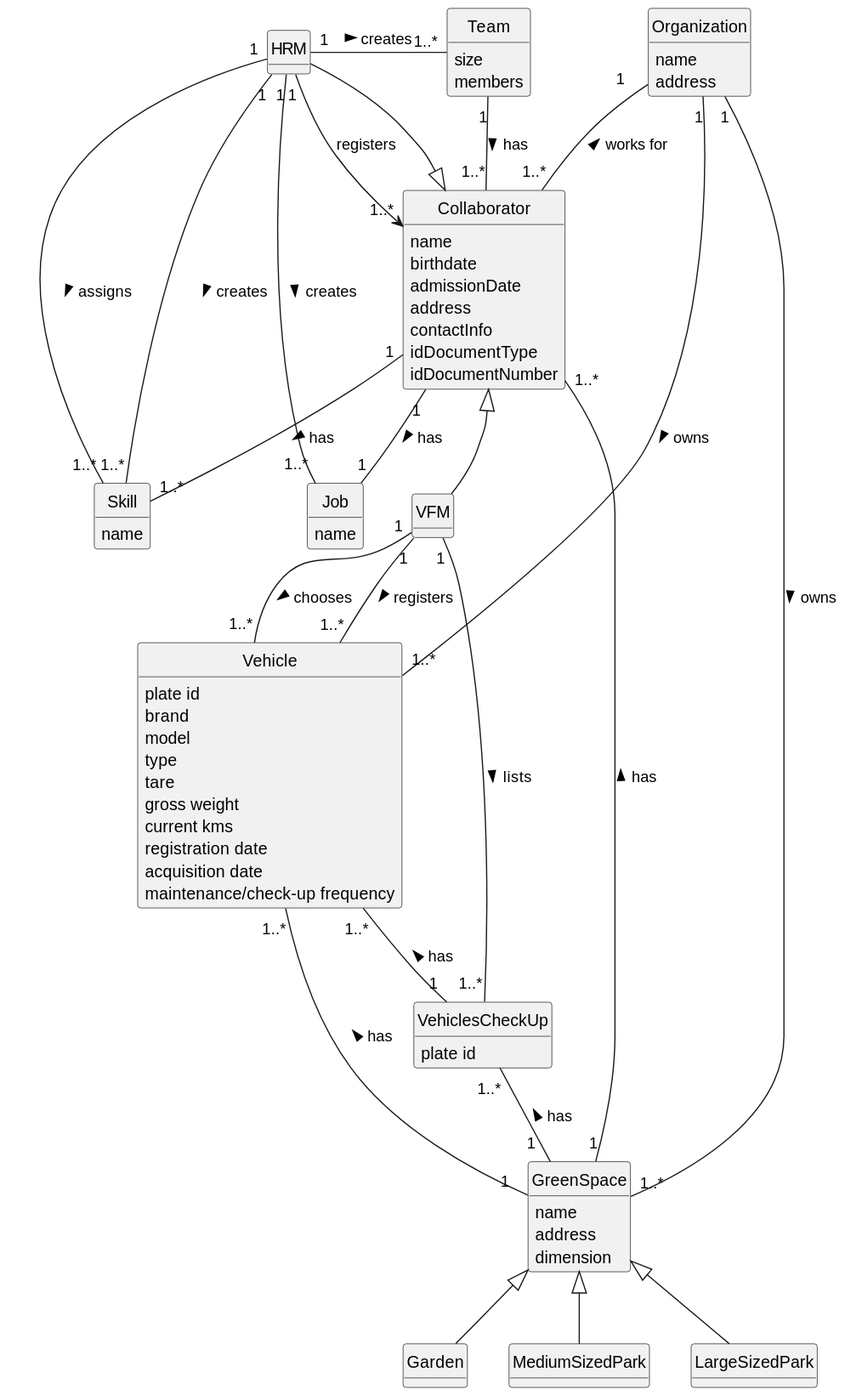
The PlantUML diagram docs/sprintB/global-artifacts/02.analysis/svg/project-domain-model.svg in diogoveirospro/lei-24-s2-1dg-g072, before a commit.
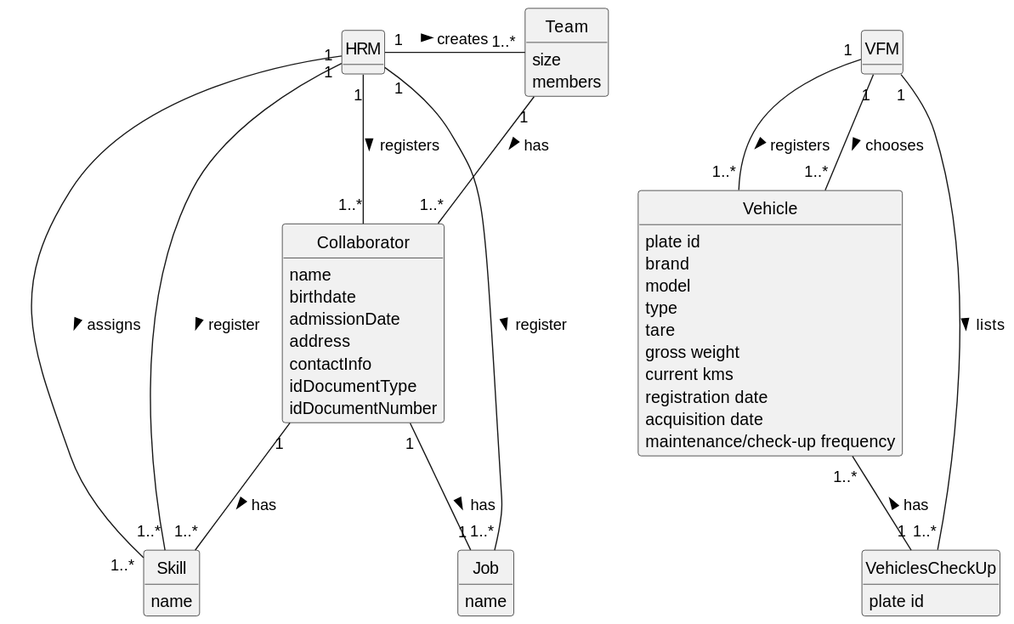
The same diagram one commit later.

Commit message:
Updated the analysis domain model, made small changes in some USs analyses

What changed in the source:
```diff
@@ -6,10 +6,6 @@
 hide circle
 hide methods
 
-class Organization{
-    name
-    address
-}
 
 class HRM {
 
@@ -41,25 +37,6 @@
 
 
 
-class GreenSpace {
-    name
-    address
-    dimension
-}
-
-class Garden {
-
-}
-
-class MediumSizedPark {
-
-}
-
-class LargeSizedPark {
-
-}
-
-
 class Vehicle{
     plate id
     brand
@@ -81,36 +58,25 @@
     plate id
 }
 
-Organization "1   " -- "1..*" Collaborator: works for <
-Collaborator <|-- HRM
-Organization "1" -- "1..*" GreenSpace: owns >
-GreenSpace "1" -- "1..*" Collaborator: has >
-GreenSpace <|-- Garden
-GreenSpace <|-- MediumSizedPark
-GreenSpace <|-- LargeSizedPark
 
-HRM "1" -- "1..*" Skill: creates >
+HRM "1" -- "1..*" Skill: register >
 
-HRM "1" -- "1..*" Job : creates >
+HRM "1" - "1..*" Job : register >
 
-HRM "1" --> "1..*" Collaborator : registers
+HRM "1" - "1..*" Collaborator : registers >
 
-HRM "1" -- "1..*" Skill : assigns >
+HRM "1" - "1..*" Skill : assigns >
 Collaborator "1" -- "1..*" Skill : has >
 
 HRM "1" - "1..*" Team : creates >
 Collaborator "1" -- "1" Job: has >
 Team "1" -- "1..*" Collaborator: has >
 
-Collaborator <|-- VFM
 
 VFM "1" -- "1..*" Vehicle: registers >
 
 VFM "1"-- "1..*" Vehicle: chooses >
-Vehicle "1..*" -- "1  " GreenSpace: has <
 
 VFM "1" -- "1..*" VehiclesCheckUp: lists >
-VehiclesCheckUp "1..*" -- "1  " GreenSpace: has <
 Vehicle "1..*" -- "1" VehiclesCheckUp: has <
-Organization "1" -- "1..*" Vehicle: owns >
 @enduml
```
